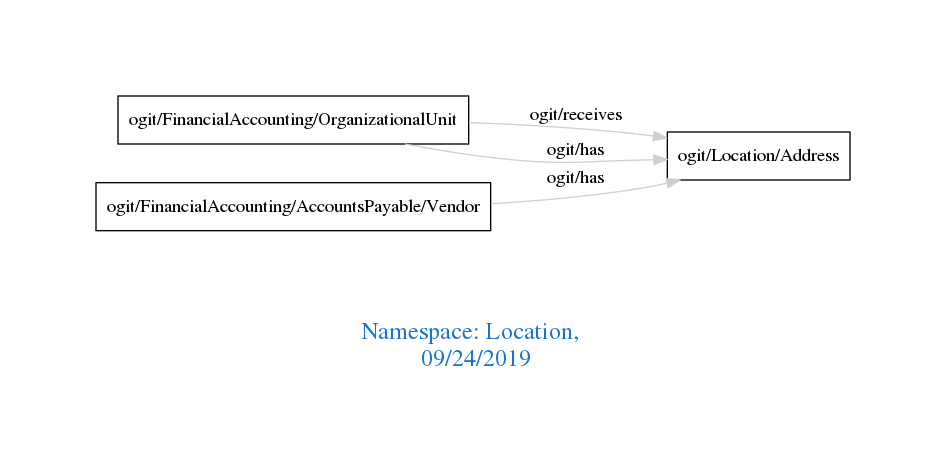
Earlier version of the Graphviz export downloads/Location.png (arago/OGIT). Its source is kept beside it as downloads/Location.dot.
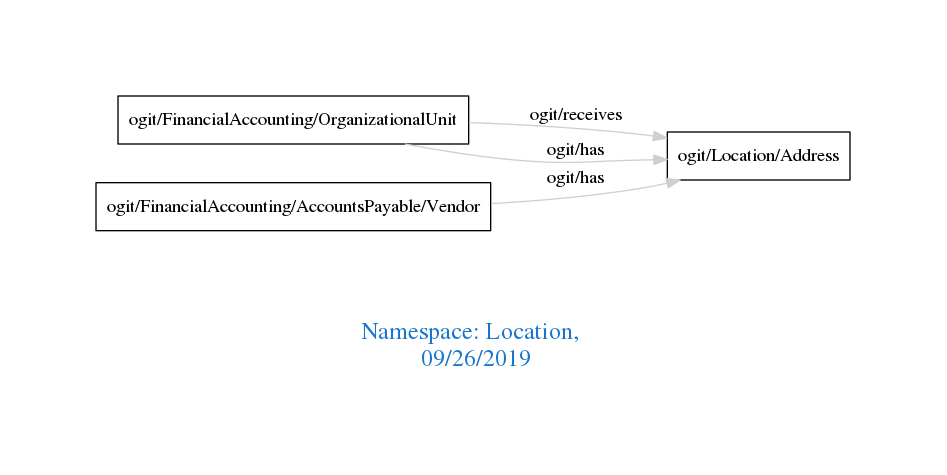
Above is the later version.

The edit, as a diff of the source:
```diff
@@ -1,7 +1,7 @@
 digraph OGIT_ontology {
  graph [ rankdir= LR,pad=1
 fontsize = 18,
-fontcolor= dodgerblue3,label = "\n\n\nNamespace: Location, \n 09/24/2019"];
+fontcolor= dodgerblue3,label = "\n\n\nNamespace: Location, \n 09/26/2019"];
 node[shape=polygon];
 edge [  color="gray81"];
 
```
